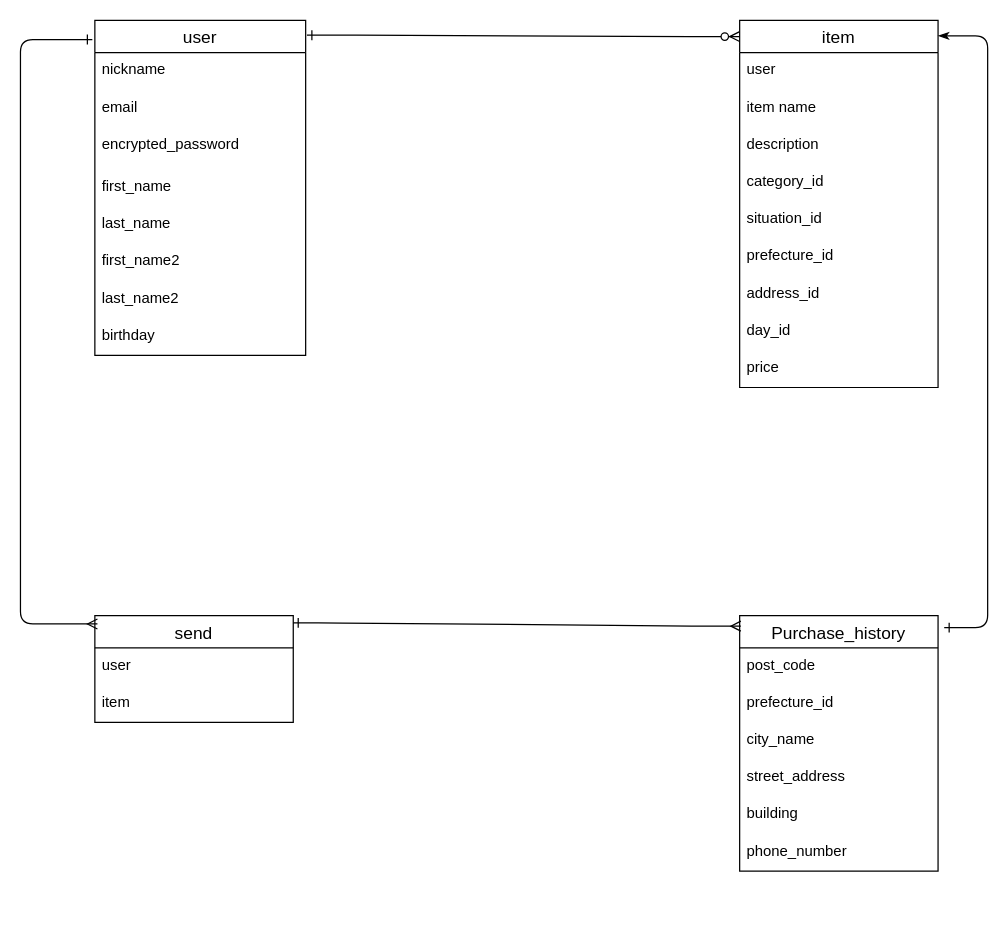
Earlier version of the draw.io diagram furima.dio (ootaketetsuyuki/furima-39836). Source tidied: cells renumbered, new cells numbered last; positions are measured from the earlier drawing's top-left corner, leaving out a move shared by most shapes. Both pictures are drawn from the tidied source at 124%, with x=0, y=0 at pixel (20, 20).
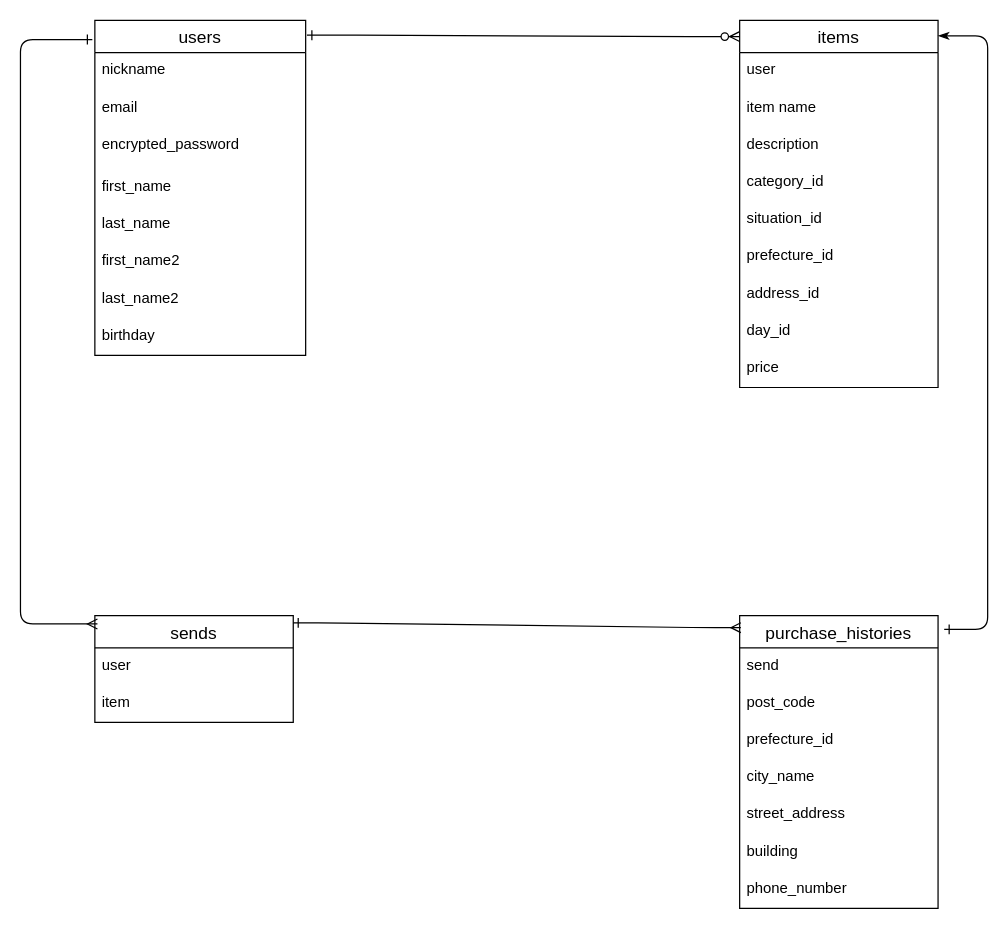
After the change.

Change to the diagram source:
```diff
@@
-    <mxCell id="2" value="user" style="swimlane;fontStyle=0;horizontal=1;startSize=26;align=center;fontSize=14;" parent="1" vertex="1">
+    <mxCell id="2" value="users" style="swimlane;fontStyle=0;horizontal=1;startSize=26;align=center;fontSize=14;" parent="1" vertex="1">
       <mxGeometry x="60" width="170" height="270" as="geometry" />
     </mxCell>
@@
-    <mxCell id="11" value="item" style="swimlane;fontStyle=0;horizontal=1;startSize=26;align=center;fontSize=14;" parent="1" vertex="1">
+    <mxCell id="11" value="items" style="swimlane;fontStyle=0;horizontal=1;startSize=26;align=center;fontSize=14;" parent="1" vertex="1">
       <mxGeometry x="580" width="160" height="296" as="geometry" />
     </mxCell>
@@
-    <mxCell id="21" value="send" style="swimlane;fontStyle=0;horizontal=1;startSize=26;align=center;fontSize=14;" parent="1" vertex="1">
+    <mxCell id="21" value="sends" style="swimlane;fontStyle=0;horizontal=1;startSize=26;align=center;fontSize=14;" parent="1" vertex="1">
       <mxGeometry x="60" y="480" width="160" height="86" as="geometry" />
     </mxCell>
@@
-    <mxCell id="24" value="Purchase_history" style="swimlane;fontStyle=0;horizontal=1;startSize=26;align=center;fontSize=14;" parent="1" vertex="1">
-      <mxGeometry x="580" y="480" width="160" height="206" as="geometry" />
+    <mxCell id="24" value="purchase_histories" style="swimlane;fontStyle=0;horizontal=1;startSize=26;align=center;fontSize=14;" parent="1" vertex="1">
+      <mxGeometry x="580" y="480" width="160" height="236" as="geometry" />
     </mxCell>
+    <mxCell id="35" value="send" style="text;strokeColor=none;fillColor=none;spacingLeft=4;spacingRight=4;overflow=hidden;fontSize=12;" parent="24" vertex="1">
+      <mxGeometry y="26" width="160" height="30" as="geometry" />
+    </mxCell>
     <mxCell id="25" value="post_code" style="text;strokeColor=none;fillColor=none;spacingLeft=4;spacingRight=4;overflow=hidden;fontSize=12;" parent="24" vertex="1">
-      <mxGeometry y="26" width="160" height="30" as="geometry" />
+      <mxGeometry y="56" width="160" height="30" as="geometry" />
     </mxCell>
     <mxCell id="26" value="prefecture_id" style="text;strokeColor=none;fillColor=none;spacingLeft=4;spacingRight=4;overflow=hidden;fontSize=12;" parent="24" vertex="1">
-      <mxGeometry y="56" width="160" height="30" as="geometry" />
+      <mxGeometry y="86" width="160" height="30" as="geometry" />
     </mxCell>
     <mxCell id="27" value="city_name" style="text;strokeColor=none;fillColor=none;spacingLeft=4;spacingRight=4;overflow=hidden;fontSize=12;" parent="24" vertex="1">
-      <mxGeometry y="86" width="160" height="30" as="geometry" />
+      <mxGeometry y="116" width="160" height="30" as="geometry" />
     </mxCell>
     <mxCell id="28" value="street_address" style="text;strokeColor=none;fillColor=none;spacingLeft=4;spacingRight=4;overflow=hidden;fontSize=12;" parent="24" vertex="1">
-      <mxGeometry y="116" width="160" height="30" as="geometry" />
+      <mxGeometry y="146" width="160" height="30" as="geometry" />
     </mxCell>
     <mxCell id="29" value="building " style="text;strokeColor=none;fillColor=none;spacingLeft=4;spacingRight=4;overflow=hidden;fontSize=12;" parent="24" vertex="1">
-      <mxGeometry y="146" width="160" height="30" as="geometry" />
+      <mxGeometry y="176" width="160" height="30" as="geometry" />
     </mxCell>
     <mxCell id="30" value="phone_number" style="text;strokeColor=none;fillColor=none;spacingLeft=4;spacingRight=4;overflow=hidden;fontSize=12;" parent="24" vertex="1">
-      <mxGeometry y="176" width="160" height="30" as="geometry" />
+      <mxGeometry y="206" width="160" height="30" as="geometry" />
     </mxCell>
```
